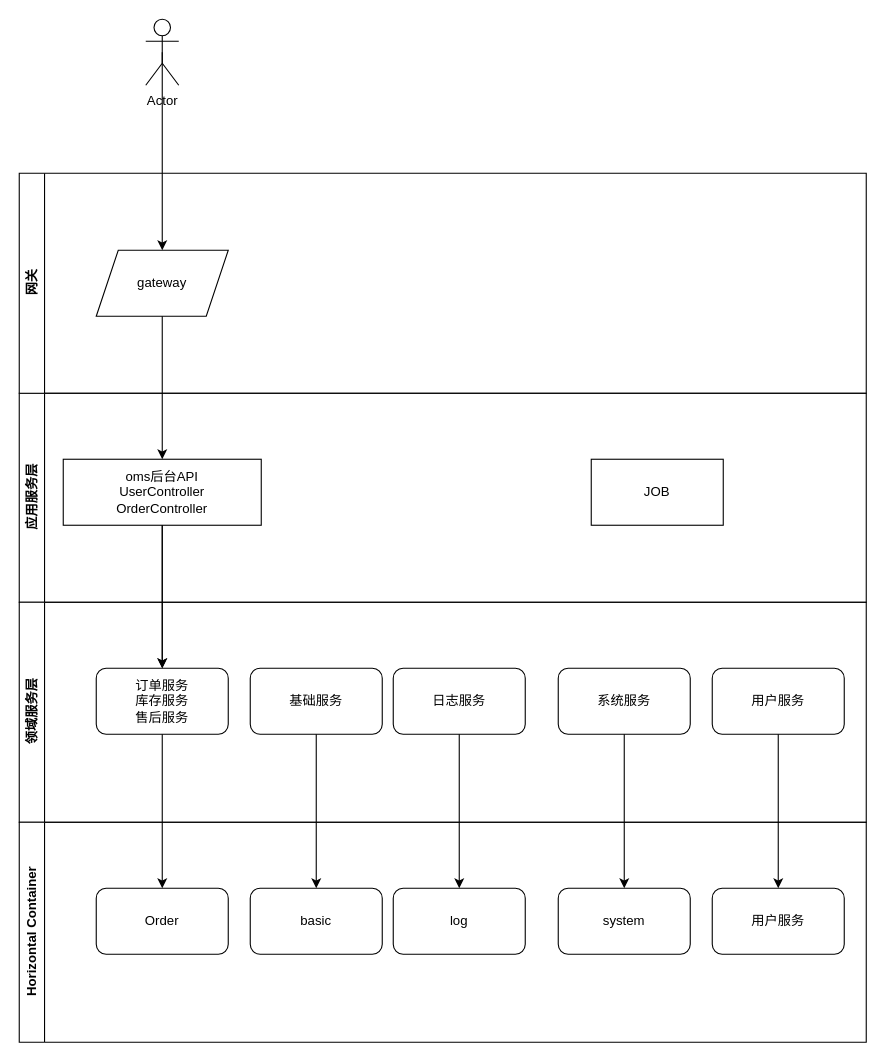
The draw.io diagram src/main/resources/未命名绘图.drawio in wxm245/springTest, before the edit. Source tidied: cells renumbered, new cells numbered last; positions are measured from the earlier drawing's top-left corner, leaving out a move shared by most shapes. Both pictures are drawn from the tidied source at 110%, with x=0, y=0 at pixel (19, 19).
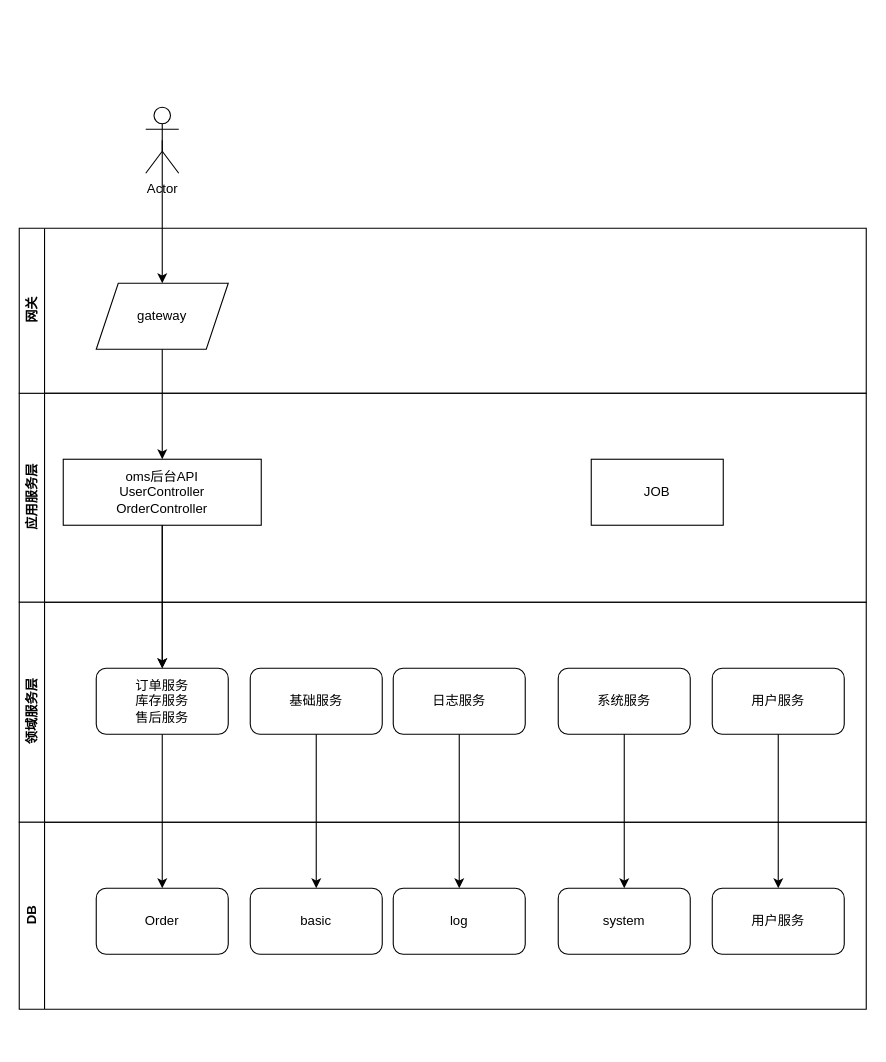
After the change.

What changed in the source:
```diff
@@
     <mxCell id="12" value="Actor" style="shape=umlActor;verticalLabelPosition=bottom;verticalAlign=top;html=1;outlineConnect=0;" parent="1" vertex="1">
-      <mxGeometry x="115" width="30" height="60" as="geometry" />
+      <mxGeometry x="115" y="80" width="30" height="60" as="geometry" />
     </mxCell>
@@
     <mxCell id="25" value="网关" style="swimlane;horizontal=0;whiteSpace=wrap;html=1;" parent="1" vertex="1">
-      <mxGeometry y="140" width="770" height="200" as="geometry" />
+      <mxGeometry y="190" width="770" height="150" as="geometry" />
     </mxCell>
     <mxCell id="26" value="gateway" style="shape=parallelogram;perimeter=parallelogramPerimeter;whiteSpace=wrap;html=1;fixedSize=1;" parent="25" vertex="1">
-      <mxGeometry x="70" y="70" width="120" height="60" as="geometry" />
+      <mxGeometry x="70" y="50" width="120" height="60" as="geometry" />
     </mxCell>
@@
-    <mxCell id="28" value="Horizontal Container" style="swimlane;horizontal=0;whiteSpace=wrap;html=1;" parent="1" vertex="1">
-      <mxGeometry y="730" width="770" height="200" as="geometry" />
+    <mxCell id="28" value="DB" style="swimlane;horizontal=0;whiteSpace=wrap;html=1;" parent="1" vertex="1">
+      <mxGeometry y="730" width="770" height="170" as="geometry" />
     </mxCell>
```
